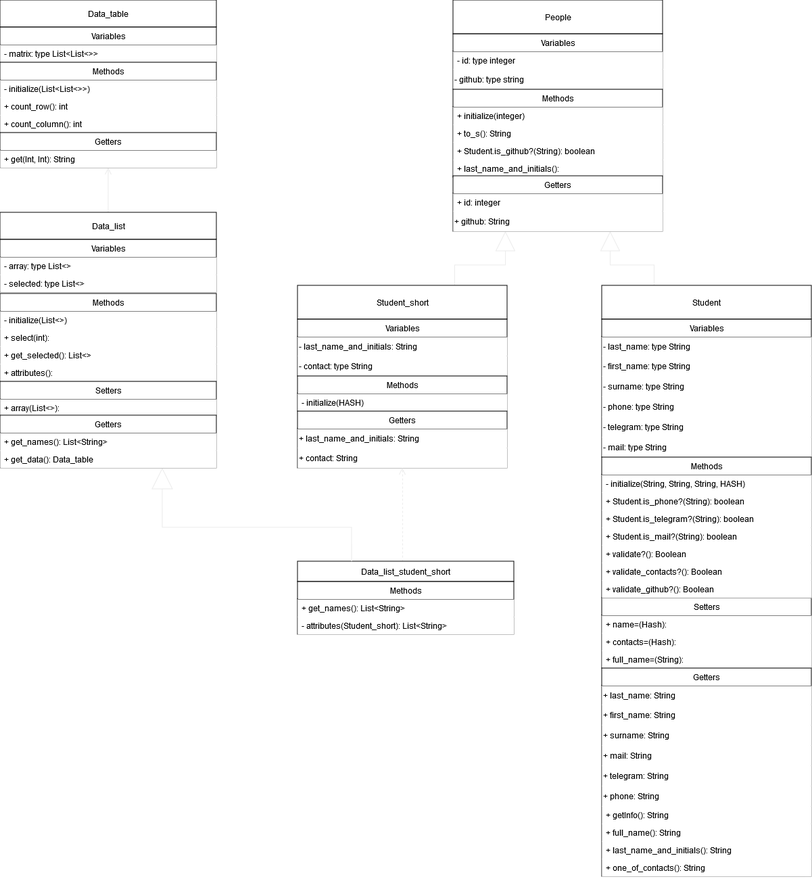
KIJEMORI/Design_Patterns_Ruby keeps this draw.io diagram as Ruby_Kernel_classes_and_models/class_diagram.png. Above is the earlier version. Source tidied: cells renumbered, new cells last; positions are measured from the earlier drawing's top-left corner, leaving out a move shared by most shapes.
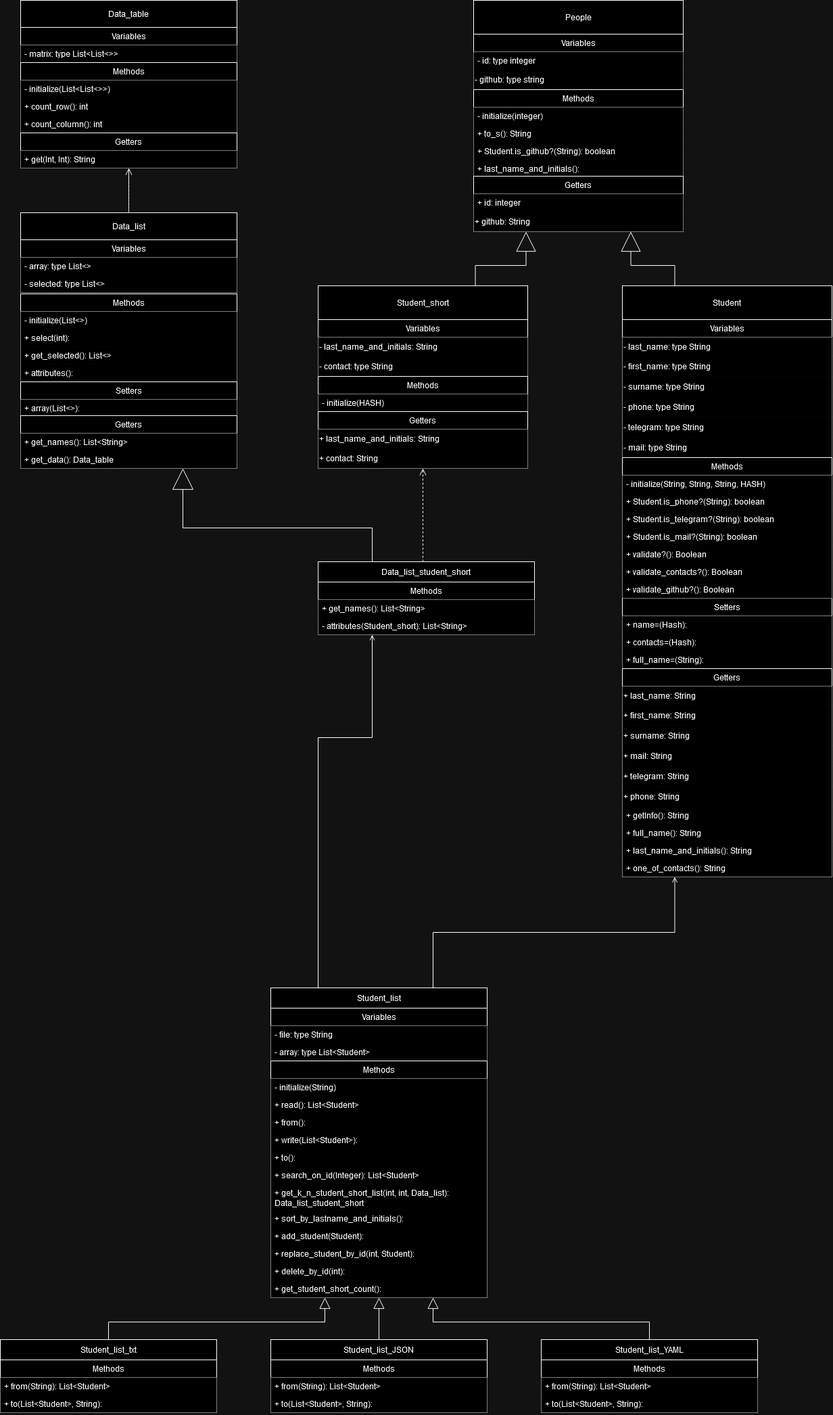
The same file after the commit.

Commit message:
Lab 4 | Task 2.4 | Upgrade class diagrem

обновил классовую диаграмму

Change to the diagram source:
```diff
@@ -47,7 +47,7 @@
     <mxCell id="16" value="+ one_of_contacts(): String" style="text;strokeColor=none;fillColor=#FFFFFF;align=left;verticalAlign=top;spacingLeft=4;spacingRight=4;overflow=hidden;whiteSpace=wrap;html=1;" parent="6" vertex="1">
       <mxGeometry y="282" width="310" height="26" as="geometry" />
     </mxCell>
-    <mxCell id="17" style="edgeStyle=orthogonalEdgeStyle;rounded=0;jettySize=auto;html=1;exitX=0.25;exitY=0;exitDx=0;exitDy=0;entryX=0.75;entryY=1;entryDx=0;entryDy=0;endSize=27;endArrow=block;endFill=0;strokeColor=#EBEBEB;" parent="1" edge="1" source="18" target="45">
+    <mxCell id="17" style="edgeStyle=orthogonalEdgeStyle;rounded=0;jettySize=auto;html=1;exitX=0.25;exitY=0;exitDx=0;exitDy=0;entryX=0.75;entryY=1;entryDx=0;entryDy=0;endSize=27;endArrow=block;endFill=0;" parent="1" edge="1" source="18" target="45">
       <mxGeometry relative="1" as="geometry" />
     </mxCell>
     <mxCell id="18" value="Student" style="html=1;whiteSpace=wrap;" parent="1" vertex="1">
@@ -74,7 +74,7 @@
     <mxCell id="25" value="&lt;div&gt;- mail: type String&lt;br&gt;&lt;/div&gt;" style="text;html=1;align=left;verticalAlign=middle;whiteSpace=wrap;rounded=0;fillColor=#FFFFFF;" parent="19" vertex="1">
       <mxGeometry y="174" width="310" height="30" as="geometry" />
     </mxCell>
-    <mxCell id="26" style="edgeStyle=orthogonalEdgeStyle;rounded=0;jettySize=auto;html=1;exitX=0.75;exitY=0;exitDx=0;exitDy=0;entryX=0.25;entryY=1;entryDx=0;entryDy=0;endArrow=block;endFill=0;endSize=27;strokeColor=#EBEBEB;" parent="1" edge="1" source="27" target="45">
+    <mxCell id="26" style="edgeStyle=orthogonalEdgeStyle;rounded=0;jettySize=auto;html=1;exitX=0.75;exitY=0;exitDx=0;exitDy=0;entryX=0.25;entryY=1;entryDx=0;entryDy=0;endArrow=block;endFill=0;endSize=27;" parent="1" edge="1" source="27" target="45">
       <mxGeometry relative="1" as="geometry" />
     </mxCell>
     <mxCell id="27" value="Student_short" style="html=1;whiteSpace=wrap;" parent="1" vertex="1">
@@ -110,7 +110,7 @@
     <mxCell id="37" value="Methods" style="swimlane;fontStyle=0;horizontal=1;startSize=26;fillColor=default;whiteSpace=wrap;html=1;" parent="1" vertex="1">
       <mxGeometry x="670" y="132" width="310" height="130" as="geometry" />
     </mxCell>
-    <mxCell id="38" value="+ initialize(integer)" style="text;strokeColor=none;fillColor=#FFFFFF;align=left;verticalAlign=top;spacingLeft=4;spacingRight=4;overflow=hidden;whiteSpace=wrap;html=1;" parent="37" vertex="1">
+    <mxCell id="38" value="- initialize(integer)" style="text;strokeColor=none;fillColor=#FFFFFF;align=left;verticalAlign=top;spacingLeft=4;spacingRight=4;overflow=hidden;whiteSpace=wrap;html=1;" parent="37" vertex="1">
       <mxGeometry y="26" width="310" height="26" as="geometry" />
     </mxCell>
     <mxCell id="39" value="+ to_s(): String" style="text;strokeColor=none;fillColor=#FFFFFF;align=left;verticalAlign=top;spacingLeft=4;spacingRight=4;overflow=hidden;whiteSpace=wrap;html=1;" parent="37" vertex="1">
@@ -164,7 +164,7 @@
     <mxCell id="55" value="+ validate_github?(): Boolean" style="text;strokeColor=none;fillColor=#FFFFFF;align=left;verticalAlign=top;spacingLeft=4;spacingRight=4;overflow=hidden;whiteSpace=wrap;html=1;" parent="48" vertex="1">
       <mxGeometry y="182" width="310" height="26" as="geometry" />
     </mxCell>
-    <mxCell id="56" style="edgeStyle=none;curved=1;rounded=0;jettySize=auto;html=1;entryX=0.5;entryY=1;entryDx=0;entryDy=0;fontSize=12;startSize=8;endSize=8;dashed=1;endArrow=open;endFill=0;strokeColor=#EBEBEB;" parent="1" edge="1" target="42">
+    <mxCell id="56" style="edgeStyle=none;curved=1;rounded=0;jettySize=auto;html=1;entryX=0.5;entryY=1;entryDx=0;entryDy=0;fontSize=12;startSize=8;endSize=8;dashed=1;endArrow=open;endFill=0;" parent="1" edge="1" target="42">
       <mxGeometry relative="1" as="geometry">
         <mxPoint x="595" y="830" as="sourcePoint" />
       </mxGeometry>
@@ -172,7 +172,7 @@
     <mxCell id="57" value="Data_list_student_short" style="rounded=0;whiteSpace=wrap;html=1;" parent="1" vertex="1">
       <mxGeometry x="440" y="830" width="320" height="30" as="geometry" />
     </mxCell>
-    <mxCell id="58" style="edgeStyle=orthogonalEdgeStyle;rounded=0;jettySize=auto;html=1;exitX=0.25;exitY=0;exitDx=0;exitDy=0;fontSize=12;startSize=8;endSize=29;endArrow=block;endFill=0;entryX=0.75;entryY=1;entryDx=0;entryDy=0;strokeColor=#EBEBEB;" parent="1" edge="1" source="57" target="74">
+    <mxCell id="58" style="edgeStyle=orthogonalEdgeStyle;rounded=0;jettySize=auto;html=1;exitX=0.25;exitY=0;exitDx=0;exitDy=0;fontSize=12;startSize=8;endSize=29;endArrow=block;endFill=0;entryX=0.75;entryY=1;entryDx=0;entryDy=0;" parent="1" edge="1" source="57" target="74">
       <mxGeometry relative="1" as="geometry">
         <Array as="points">
           <mxPoint x="520" y="780" />
@@ -189,7 +189,7 @@
     <mxCell id="61" value="- attributes(Student_short): List&amp;lt;String&amp;gt;" style="text;strokeColor=none;fillColor=default;align=left;verticalAlign=top;spacingLeft=4;spacingRight=4;overflow=hidden;whiteSpace=wrap;html=1;" parent="59" vertex="1">
       <mxGeometry y="52" width="320" height="26" as="geometry" />
     </mxCell>
-    <mxCell id="62" style="edgeStyle=none;curved=1;rounded=0;jettySize=auto;html=1;exitX=0.5;exitY=0;exitDx=0;exitDy=0;entryX=0.5;entryY=1;entryDx=0;entryDy=0;fontSize=12;startSize=8;endSize=8;endArrow=open;endFill=0;strokeColor=#EBEBEB;" parent="1" edge="1" source="63" target="84">
+    <mxCell id="62" style="edgeStyle=none;curved=1;rounded=0;jettySize=auto;html=1;exitX=0.5;exitY=0;exitDx=0;exitDy=0;entryX=0.5;entryY=1;entryDx=0;entryDy=0;fontSize=12;startSize=8;endSize=8;endArrow=open;endFill=0;" parent="1" edge="1" source="63" target="84">
       <mxGeometry relative="1" as="geometry" />
     </mxCell>
     <mxCell id="63" value="Data_list" style="rounded=0;whiteSpace=wrap;html=1;" parent="1" vertex="1">
@@ -261,5 +261,113 @@
     <mxCell id="85" value="+ get(Int, Int): String" style="text;align=left;verticalAlign=top;spacingLeft=4;spacingRight=4;overflow=hidden;whiteSpace=wrap;html=1;fillColor=default;" parent="84" vertex="1">
       <mxGeometry y="26" width="320" height="26" as="geometry" />
     </mxCell>
+    <mxCell id="86" style="edgeStyle=orthogonalEdgeStyle;rounded=0;jettySize=auto;html=1;exitX=0.75;exitY=0;exitDx=0;exitDy=0;entryX=0.25;entryY=1;entryDx=0;entryDy=0;endArrow=open;endFill=0;" parent="1" edge="1" source="88" target="59">
+      <mxGeometry relative="1" as="geometry">
+        <Array as="points">
+          <mxPoint x="440" y="1460" />
+          <mxPoint x="440" y="1090" />
+          <mxPoint x="520" y="1090" />
+        </Array>
+      </mxGeometry>
+    </mxCell>
+    <mxCell id="87" style="edgeStyle=orthogonalEdgeStyle;rounded=0;jettySize=auto;html=1;exitX=0.75;exitY=0;exitDx=0;exitDy=0;entryX=0.25;entryY=1;entryDx=0;entryDy=0;endArrow=open;endFill=0;" parent="1" edge="1" source="88" target="6">
+      <mxGeometry relative="1" as="geometry" />
+    </mxCell>
+    <mxCell id="88" value="Student_list" style="rounded=0;whiteSpace=wrap;html=1;" parent="1" vertex="1">
+      <mxGeometry x="370" y="1460" width="320" height="30" as="geometry" />
+    </mxCell>
+    <mxCell id="89" value="Variables" style="swimlane;fontStyle=0;horizontal=1;startSize=26;fillColor=default;whiteSpace=wrap;html=1;" parent="1" vertex="1">
+      <mxGeometry x="370" y="1490" width="320" height="78" as="geometry" />
+    </mxCell>
+    <mxCell id="90" value="- file: type String" style="text;strokeColor=none;fillColor=default;align=left;verticalAlign=top;spacingLeft=4;spacingRight=4;overflow=hidden;whiteSpace=wrap;html=1;" parent="89" vertex="1">
+      <mxGeometry y="26" width="320" height="26" as="geometry" />
+    </mxCell>
+    <mxCell id="91" value="- array: type List&amp;lt;Student&amp;gt;" style="text;strokeColor=none;fillColor=default;align=left;verticalAlign=top;spacingLeft=4;spacingRight=4;overflow=hidden;whiteSpace=wrap;html=1;" parent="89" vertex="1">
+      <mxGeometry y="52" width="320" height="26" as="geometry" />
+    </mxCell>
+    <mxCell id="92" value="Methods" style="swimlane;fontStyle=0;horizontal=1;startSize=26;fillColor=default;whiteSpace=wrap;html=1;" parent="1" vertex="1">
+      <mxGeometry x="370" y="1568" width="320" height="350" as="geometry" />
+    </mxCell>
+    <mxCell id="93" value="- initialize(String)" style="text;strokeColor=none;fillColor=default;align=left;verticalAlign=top;spacingLeft=4;spacingRight=4;overflow=hidden;whiteSpace=wrap;html=1;" parent="92" vertex="1">
+      <mxGeometry y="26" width="320" height="26" as="geometry" />
+    </mxCell>
+    <mxCell id="94" value="+ read(): List&amp;lt;Student&amp;gt;" style="text;strokeColor=none;fillColor=default;align=left;verticalAlign=top;spacingLeft=4;spacingRight=4;overflow=hidden;whiteSpace=wrap;html=1;" parent="92" vertex="1">
+      <mxGeometry y="52" width="320" height="26" as="geometry" />
+    </mxCell>
+    <mxCell id="95" value="+ from():" style="text;strokeColor=none;fillColor=default;align=left;verticalAlign=top;spacingLeft=4;spacingRight=4;overflow=hidden;whiteSpace=wrap;html=1;" parent="92" vertex="1">
+      <mxGeometry y="78" width="320" height="26" as="geometry" />
+    </mxCell>
+    <mxCell id="96" value="+ write(List&amp;lt;Student&amp;gt;):" style="text;strokeColor=none;fillColor=default;align=left;verticalAlign=top;spacingLeft=4;spacingRight=4;overflow=hidden;whiteSpace=wrap;html=1;" parent="92" vertex="1">
+      <mxGeometry y="104" width="320" height="26" as="geometry" />
+    </mxCell>
+    <mxCell id="97" value="+ to():" style="text;strokeColor=none;fillColor=default;align=left;verticalAlign=top;spacingLeft=4;spacingRight=4;overflow=hidden;whiteSpace=wrap;html=1;" parent="92" vertex="1">
+      <mxGeometry y="130" width="320" height="26" as="geometry" />
+    </mxCell>
+    <mxCell id="98" value="+ search_on_id(Integer): List&amp;lt;Student&amp;gt;" style="text;strokeColor=none;fillColor=default;align=left;verticalAlign=top;spacingLeft=4;spacingRight=4;overflow=hidden;whiteSpace=wrap;html=1;" parent="92" vertex="1">
+      <mxGeometry y="156" width="320" height="26" as="geometry" />
+    </mxCell>
+    <mxCell id="99" value="+ get_k_n_student_short_list(int, int, Data_list): Data_list_student_short" style="text;strokeColor=none;fillColor=default;align=left;verticalAlign=top;spacingLeft=4;spacingRight=4;overflow=hidden;whiteSpace=wrap;html=1;" parent="92" vertex="1">
+      <mxGeometry y="182" width="320" height="38" as="geometry" />
+    </mxCell>
+    <mxCell id="100" value="+ sort_by_lastname_and_initials():" style="text;strokeColor=none;fillColor=default;align=left;verticalAlign=top;spacingLeft=4;spacingRight=4;overflow=hidden;whiteSpace=wrap;html=1;" parent="92" vertex="1">
+      <mxGeometry y="220" width="320" height="26" as="geometry" />
+    </mxCell>
+    <mxCell id="101" value="+ add_student(Student):" style="text;strokeColor=none;fillColor=default;align=left;verticalAlign=top;spacingLeft=4;spacingRight=4;overflow=hidden;whiteSpace=wrap;html=1;" parent="92" vertex="1">
+      <mxGeometry y="246" width="320" height="26" as="geometry" />
+    </mxCell>
+    <mxCell id="102" value="+ replace_student_by_id(int, Student):" style="text;strokeColor=none;fillColor=default;align=left;verticalAlign=top;spacingLeft=4;spacingRight=4;overflow=hidden;whiteSpace=wrap;html=1;" parent="92" vertex="1">
+      <mxGeometry y="272" width="320" height="26" as="geometry" />
+    </mxCell>
+    <mxCell id="103" value="+ delete_by_id(int):" style="text;strokeColor=none;fillColor=default;align=left;verticalAlign=top;spacingLeft=4;spacingRight=4;overflow=hidden;whiteSpace=wrap;html=1;" parent="92" vertex="1">
+      <mxGeometry y="298" width="320" height="26" as="geometry" />
+    </mxCell>
+    <mxCell id="104" value="+ get_student_short_count():" style="text;strokeColor=none;fillColor=default;align=left;verticalAlign=top;spacingLeft=4;spacingRight=4;overflow=hidden;whiteSpace=wrap;html=1;" parent="92" vertex="1">
+      <mxGeometry y="324" width="320" height="26" as="geometry" />
+    </mxCell>
+    <mxCell id="105" style="edgeStyle=orthogonalEdgeStyle;rounded=0;jettySize=auto;html=1;exitX=0.5;exitY=0;exitDx=0;exitDy=0;endArrow=block;endFill=0;endSize=14;entryX=0.25;entryY=1;entryDx=0;entryDy=0;" parent="1" edge="1" source="106" target="92">
+      <mxGeometry relative="1" as="geometry" />
+    </mxCell>
+    <mxCell id="106" value="Student_list_txt" style="rounded=0;whiteSpace=wrap;html=1;" parent="1" vertex="1">
+      <mxGeometry x="-30" y="1980" width="320" height="30" as="geometry" />
+    </mxCell>
+    <mxCell id="107" style="edgeStyle=orthogonalEdgeStyle;rounded=0;jettySize=auto;html=1;exitX=0.5;exitY=0;exitDx=0;exitDy=0;endArrow=block;endFill=0;endSize=14;entryX=0.5;entryY=1;entryDx=0;entryDy=0;" parent="1" edge="1" source="108" target="92">
+      <mxGeometry relative="1" as="geometry" />
+    </mxCell>
+    <mxCell id="108" value="Student_list_JSON" style="rounded=0;whiteSpace=wrap;html=1;" parent="1" vertex="1">
+      <mxGeometry x="370" y="1980" width="320" height="30" as="geometry" />
+    </mxCell>
+    <mxCell id="109" style="edgeStyle=orthogonalEdgeStyle;rounded=0;jettySize=auto;html=1;exitX=0.5;exitY=0;exitDx=0;exitDy=0;entryX=0.75;entryY=1;entryDx=0;entryDy=0;endArrow=block;endFill=0;endSize=14;" parent="1" edge="1" source="110" target="92">
+      <mxGeometry relative="1" as="geometry" />
+    </mxCell>
+    <mxCell id="110" value="Student_list_YAML" style="rounded=0;whiteSpace=wrap;html=1;" parent="1" vertex="1">
+      <mxGeometry x="770" y="1980" width="320" height="30" as="geometry" />
+    </mxCell>
+    <mxCell id="111" value="Methods" style="swimlane;fontStyle=0;horizontal=1;startSize=26;fillColor=default;whiteSpace=wrap;html=1;" parent="1" vertex="1">
+      <mxGeometry x="-30" y="2010" width="320" height="78" as="geometry" />
+    </mxCell>
+    <mxCell id="112" value="+ from(String): List&amp;lt;Student&amp;gt; " style="text;strokeColor=none;fillColor=default;align=left;verticalAlign=top;spacingLeft=4;spacingRight=4;overflow=hidden;whiteSpace=wrap;html=1;" parent="111" vertex="1">
+      <mxGeometry y="26" width="320" height="26" as="geometry" />
+    </mxCell>
+    <mxCell id="113" value="+ to(List&amp;lt;Student&amp;gt;, String):&amp;nbsp; " style="text;strokeColor=none;fillColor=default;align=left;verticalAlign=top;spacingLeft=4;spacingRight=4;overflow=hidden;whiteSpace=wrap;html=1;" parent="111" vertex="1">
+      <mxGeometry y="52" width="320" height="26" as="geometry" />
+    </mxCell>
+    <mxCell id="114" value="Methods" style="swimlane;fontStyle=0;horizontal=1;startSize=26;fillColor=default;whiteSpace=wrap;html=1;" parent="1" vertex="1">
+      <mxGeometry x="370" y="2010" width="320" height="78" as="geometry" />
+    </mxCell>
+    <mxCell id="115" value="+ from(String): List&amp;lt;Student&amp;gt; " style="text;strokeColor=none;fillColor=default;align=left;verticalAlign=top;spacingLeft=4;spacingRight=4;overflow=hidden;whiteSpace=wrap;html=1;" parent="114" vertex="1">
+      <mxGeometry y="26" width="320" height="26" as="geometry" />
+    </mxCell>
+    <mxCell id="116" value="+ to(List&amp;lt;Student&amp;gt;, String):&amp;nbsp; " style="text;strokeColor=none;fillColor=default;align=left;verticalAlign=top;spacingLeft=4;spacingRight=4;overflow=hidden;whiteSpace=wrap;html=1;" parent="114" vertex="1">
+      <mxGeometry y="52" width="320" height="26" as="geometry" />
+    </mxCell>
+    <mxCell id="117" value="Methods" style="swimlane;fontStyle=0;horizontal=1;startSize=26;fillColor=default;whiteSpace=wrap;html=1;" parent="1" vertex="1">
+      <mxGeometry x="770" y="2010" width="320" height="78" as="geometry" />
+    </mxCell>
+    <mxCell id="118" value="+ from(String): List&amp;lt;Student&amp;gt; " style="text;strokeColor=none;fillColor=default;align=left;verticalAlign=top;spacingLeft=4;spacingRight=4;overflow=hidden;whiteSpace=wrap;html=1;" parent="117" vertex="1">
+      <mxGeometry y="26" width="320" height="26" as="geometry" />
+    </mxCell>
+    <mxCell id="119" value="+ to(List&amp;lt;Student&amp;gt;, String):&amp;nbsp; " style="text;strokeColor=none;fillColor=default;align=left;verticalAlign=top;spacingLeft=4;spacingRight=4;overflow=hidden;whiteSpace=wrap;html=1;" parent="117" vertex="1">
+      <mxGeometry y="52" width="320" height="26" as="geometry" />
+    </mxCell>
   </root>
 </mxGraphModel>
```
